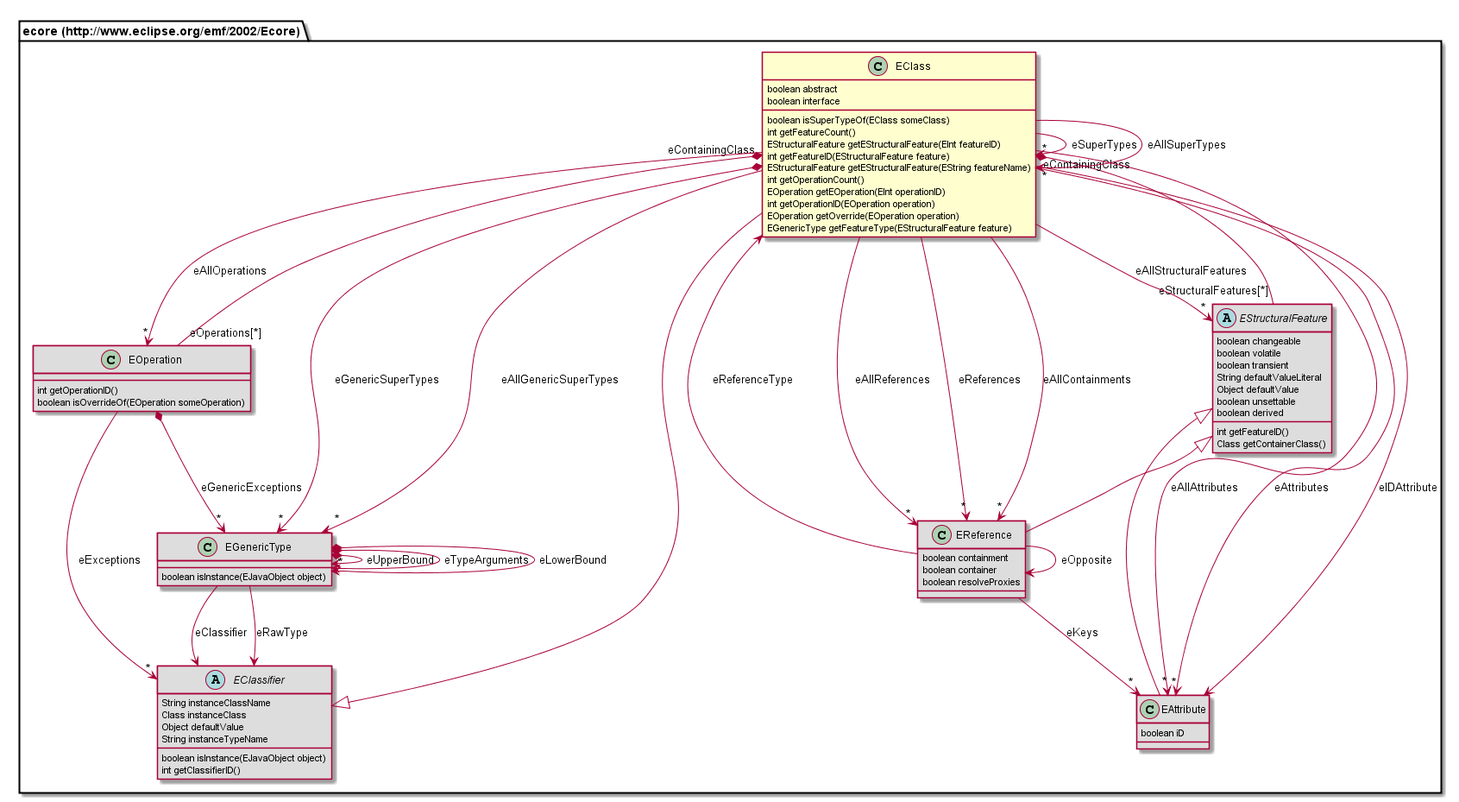
The PlantUML diagram org.nasdanika.cdo.security/site/resources/modeldoc/687474703a2f2f7777772e65636c697073652e6f72672f656d662f323030322f45636f7265/EClass.png in Nasdanika/server, before a commit.
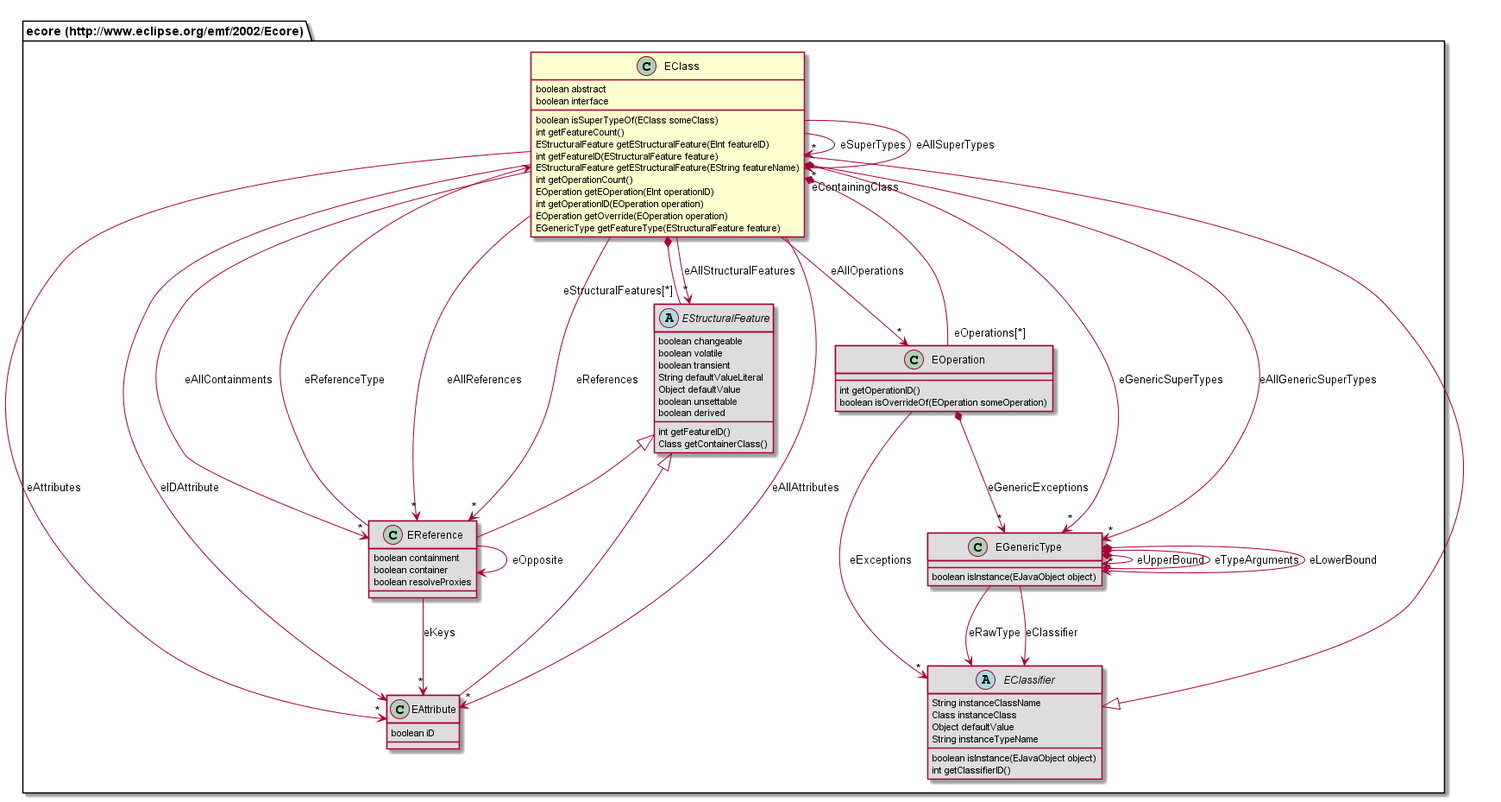
The same diagram one commit later.

Change to the diagram source:
```diff
@@ -13,20 +13,28 @@
 	EOperation getOverride(EOperation operation)
 	EGenericType getFeatureType(EStructuralFeature feature)
 }
+class "ecore (http://www.eclipse.org/emf/2002/Ecore).EReference" [[#router/doc-content/687474703a2f2f7777772e65636c697073652e6f72672f656d662f323030322f45636f7265/EReference.html]] #DDDDDD {
+	boolean containment
+	boolean container
+	boolean resolveProxies
+}
+class "ecore (http://www.eclipse.org/emf/2002/Ecore).EGenericType" [[#router/doc-content/687474703a2f2f7777772e65636c697073652e6f72672f656d662f323030322f45636f7265/EGenericType.html]] #DDDDDD {
+	boolean isInstance(EJavaObject object)
+}
+abstract class "ecore (http://www.eclipse.org/emf/2002/Ecore).EClassifier" [[#router/doc-content/687474703a2f2f7777772e65636c697073652e6f72672f656d662f323030322f45636f7265/EClassifier.html]] #DDDDDD {
+	String instanceClassName
+	Class instanceClass
+	Object defaultValue
+	String instanceTypeName
+	boolean isInstance(EJavaObject object)
+	int getClassifierID()
+}
 class "ecore (http://www.eclipse.org/emf/2002/Ecore).EOperation" [[#router/doc-content/687474703a2f2f7777772e65636c697073652e6f72672f656d662f323030322f45636f7265/EOperation.html]] #DDDDDD {
 	int getOperationID()
 	boolean isOverrideOf(EOperation someOperation)
 }
-class "ecore (http://www.eclipse.org/emf/2002/Ecore).EGenericType" [[#router/doc-content/687474703a2f2f7777772e65636c697073652e6f72672f656d662f323030322f45636f7265/EGenericType.html]] #DDDDDD {
-	boolean isInstance(EJavaObject object)
-}
 class "ecore (http://www.eclipse.org/emf/2002/Ecore).EAttribute" [[#router/doc-content/687474703a2f2f7777772e65636c697073652e6f72672f656d662f323030322f45636f7265/EAttribute.html]] #DDDDDD {
 	boolean iD
-}
-class "ecore (http://www.eclipse.org/emf/2002/Ecore).EReference" [[#router/doc-content/687474703a2f2f7777772e65636c697073652e6f72672f656d662f323030322f45636f7265/EReference.html]] #DDDDDD {
-	boolean containment
-	boolean container
-	boolean resolveProxies
 }
 abstract class "ecore (http://www.eclipse.org/emf/2002/Ecore).EStructuralFeature" [[#router/doc-content/687474703a2f2f7777772e65636c697073652e6f72672f656d662f323030322f45636f7265/EStructuralFeature.html]] #DDDDDD {
 	boolean changeable
@@ -39,29 +47,20 @@
 	int getFeatureID()
 	Class getContainerClass()
 }
-abstract class "ecore (http://www.eclipse.org/emf/2002/Ecore).EClassifier" [[#router/doc-content/687474703a2f2f7777772e65636c697073652e6f72672f656d662f323030322f45636f7265/EClassifier.html]] #DDDDDD {
-	String instanceClassName
-	Class instanceClass
-	Object defaultValue
-	String instanceTypeName
-	boolean isInstance(EJavaObject object)
-	int getClassifierID()
-}
-"ecore (http://www.eclipse.org/emf/2002/Ecore).EStructuralFeature" <|-- "ecore (http://www.eclipse.org/emf/2002/Ecore).EAttribute"
 "ecore (http://www.eclipse.org/emf/2002/Ecore).EStructuralFeature" <|-- "ecore (http://www.eclipse.org/emf/2002/Ecore).EReference"
 "ecore (http://www.eclipse.org/emf/2002/Ecore).EClassifier" <|-- "ecore (http://www.eclipse.org/emf/2002/Ecore).EClass"
-"ecore (http://www.eclipse.org/emf/2002/Ecore).EOperation" "eOperations[*]" --* "eContainingClass" "ecore (http://www.eclipse.org/emf/2002/Ecore).EClass"
-"ecore (http://www.eclipse.org/emf/2002/Ecore).EOperation" --> "*" "ecore (http://www.eclipse.org/emf/2002/Ecore).EClassifier" : eExceptions
-"ecore (http://www.eclipse.org/emf/2002/Ecore).EOperation" *--> "*" "ecore (http://www.eclipse.org/emf/2002/Ecore).EGenericType" : eGenericExceptions
+"ecore (http://www.eclipse.org/emf/2002/Ecore).EStructuralFeature" <|-- "ecore (http://www.eclipse.org/emf/2002/Ecore).EAttribute"
+"ecore (http://www.eclipse.org/emf/2002/Ecore).EReference" --> "ecore (http://www.eclipse.org/emf/2002/Ecore).EReference" : eOpposite
+"ecore (http://www.eclipse.org/emf/2002/Ecore).EReference" --> "ecore (http://www.eclipse.org/emf/2002/Ecore).EClass" : eReferenceType
+"ecore (http://www.eclipse.org/emf/2002/Ecore).EReference" --> "*" "ecore (http://www.eclipse.org/emf/2002/Ecore).EAttribute" : eKeys
 "ecore (http://www.eclipse.org/emf/2002/Ecore).EGenericType" *--> "ecore (http://www.eclipse.org/emf/2002/Ecore).EGenericType" : eUpperBound
 "ecore (http://www.eclipse.org/emf/2002/Ecore).EGenericType" *--> "*" "ecore (http://www.eclipse.org/emf/2002/Ecore).EGenericType" : eTypeArguments
 "ecore (http://www.eclipse.org/emf/2002/Ecore).EGenericType" --> "ecore (http://www.eclipse.org/emf/2002/Ecore).EClassifier" : eRawType
 "ecore (http://www.eclipse.org/emf/2002/Ecore).EGenericType" *--> "ecore (http://www.eclipse.org/emf/2002/Ecore).EGenericType" : eLowerBound
 "ecore (http://www.eclipse.org/emf/2002/Ecore).EGenericType" --> "ecore (http://www.eclipse.org/emf/2002/Ecore).EClassifier" : eClassifier
-"ecore (http://www.eclipse.org/emf/2002/Ecore).EReference" --> "ecore (http://www.eclipse.org/emf/2002/Ecore).EReference" : eOpposite
-"ecore (http://www.eclipse.org/emf/2002/Ecore).EReference" --> "ecore (http://www.eclipse.org/emf/2002/Ecore).EClass" : eReferenceType
-"ecore (http://www.eclipse.org/emf/2002/Ecore).EReference" --> "*" "ecore (http://www.eclipse.org/emf/2002/Ecore).EAttribute" : eKeys
-"ecore (http://www.eclipse.org/emf/2002/Ecore).EStructuralFeature" "eStructuralFeatures[*]" --* "eContainingClass" "ecore (http://www.eclipse.org/emf/2002/Ecore).EClass"
+"ecore (http://www.eclipse.org/emf/2002/Ecore).EOperation" "eOperations[*]" --* "eContainingClass" "ecore (http://www.eclipse.org/emf/2002/Ecore).EClass"
+"ecore (http://www.eclipse.org/emf/2002/Ecore).EOperation" --> "*" "ecore (http://www.eclipse.org/emf/2002/Ecore).EClassifier" : eExceptions
+"ecore (http://www.eclipse.org/emf/2002/Ecore).EOperation" *--> "*" "ecore (http://www.eclipse.org/emf/2002/Ecore).EGenericType" : eGenericExceptions
 "ecore (http://www.eclipse.org/emf/2002/Ecore).EClass" --> "*" "ecore (http://www.eclipse.org/emf/2002/Ecore).EClass" : eSuperTypes
 "ecore (http://www.eclipse.org/emf/2002/Ecore).EClass" --> "*" "ecore (http://www.eclipse.org/emf/2002/Ecore).EAttribute" : eAllAttributes
 "ecore (http://www.eclipse.org/emf/2002/Ecore).EClass" --> "*" "ecore (http://www.eclipse.org/emf/2002/Ecore).EReference" : eAllReferences
@@ -72,6 +71,7 @@
 "ecore (http://www.eclipse.org/emf/2002/Ecore).EClass" --> "*" "ecore (http://www.eclipse.org/emf/2002/Ecore).EStructuralFeature" : eAllStructuralFeatures
 "ecore (http://www.eclipse.org/emf/2002/Ecore).EClass" --> "*" "ecore (http://www.eclipse.org/emf/2002/Ecore).EClass" : eAllSuperTypes
 "ecore (http://www.eclipse.org/emf/2002/Ecore).EClass" --> "ecore (http://www.eclipse.org/emf/2002/Ecore).EAttribute" : eIDAttribute
+"ecore (http://www.eclipse.org/emf/2002/Ecore).EClass" *-- "eStructuralFeatures[*]" "ecore (http://www.eclipse.org/emf/2002/Ecore).EStructuralFeature"
 "ecore (http://www.eclipse.org/emf/2002/Ecore).EClass" *--> "*" "ecore (http://www.eclipse.org/emf/2002/Ecore).EGenericType" : eGenericSuperTypes
 "ecore (http://www.eclipse.org/emf/2002/Ecore).EClass" --> "*" "ecore (http://www.eclipse.org/emf/2002/Ecore).EGenericType" : eAllGenericSuperTypes
 @enduml
```
